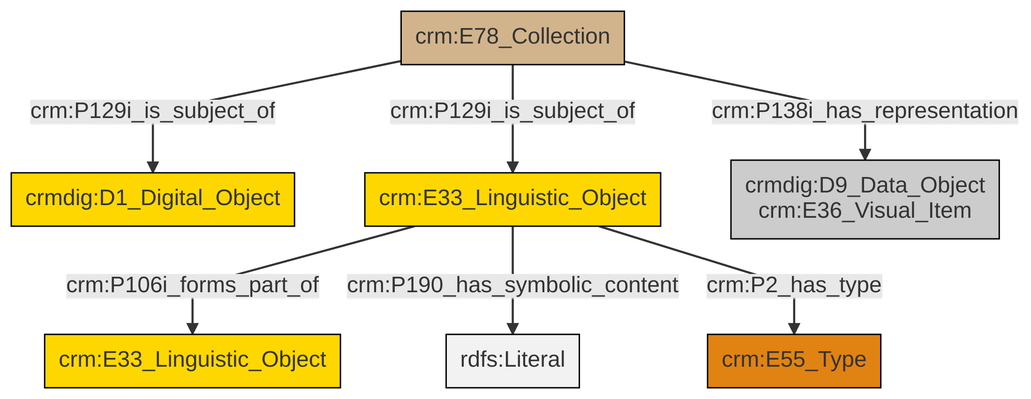
Earlier version of the Mermaid export et/archivalCSV/ttl/mmd/png/archival_docs.png (swiss-art-research-net/docs.swissartresearch). Its source is kept beside it as et/archivalCSV/ttl/mmd/archival_docs.ttl.mmd.
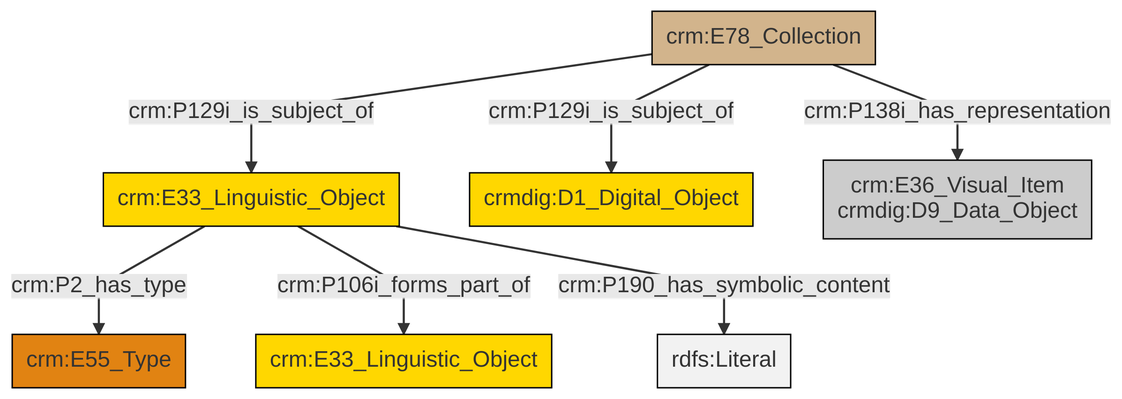
Later version of the same file.

Diff of the diagram source:
```diff
@@ -13,9 +13,9 @@
 classDef PC_Classes fill:#4ce600, stroke:#000000;
 classDef Multi fill:#cccccc,stroke:#000000;
 
-2["crm:E78_Collection"]:::Physical_Thing -->|crm:P129i_is_subject_of| 4["crmdig:D1_Digital_Object"]:::Conceptual_Object
-7["crm:E33_Linguistic_Object"]:::Conceptual_Object -->|crm:P106i_forms_part_of| 0["crm:E33_Linguistic_Object"]:::Conceptual_Object
-2["crm:E78_Collection"]:::Physical_Thing -->|crm:P129i_is_subject_of| 7["crm:E33_Linguistic_Object"]:::Conceptual_Object
-7["crm:E33_Linguistic_Object"]:::Conceptual_Object -->|crm:P190_has_symbolic_content| 10[rdfs:Literal]:::Literal
-2["crm:E78_Collection"]:::Physical_Thing -->|crm:P138i_has_representation| 8["crmdig:D9_Data_Object<br>crm:E36_Visual_Item"]:::Multi
-7["crm:E33_Linguistic_Object"]:::Conceptual_Object -->|crm:P2_has_type| 5["crm:E55_Type"]:::Type
+0["crm:E33_Linguistic_Object"]:::Conceptual_Object -->|crm:P2_has_type| 2["crm:E55_Type"]:::Type
+4["crm:E78_Collection"]:::Physical_Thing -->|crm:P129i_is_subject_of| 5["crmdig:D1_Digital_Object"]:::Conceptual_Object
+0["crm:E33_Linguistic_Object"]:::Conceptual_Object -->|crm:P106i_forms_part_of| 6["crm:E33_Linguistic_Object"]:::Conceptual_Object
+4["crm:E78_Collection"]:::Physical_Thing -->|crm:P138i_has_representation| 10["crm:E36_Visual_Item<br>crmdig:D9_Data_Object"]:::Multi
+4["crm:E78_Collection"]:::Physical_Thing -->|crm:P129i_is_subject_of| 0["crm:E33_Linguistic_Object"]:::Conceptual_Object
+0["crm:E33_Linguistic_Object"]:::Conceptual_Object -->|crm:P190_has_symbolic_content| 13[rdfs:Literal]:::Literal
```
